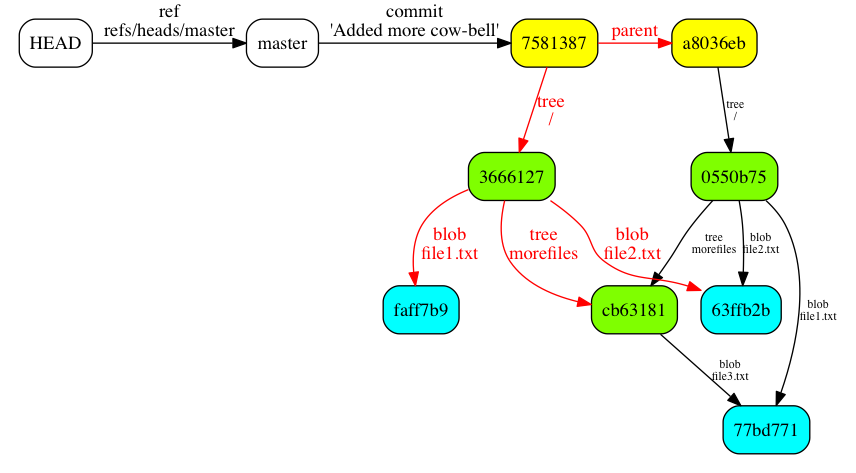
The Graphviz diagram src/images/dag02.png in jdigger/git-fundimentals-preso, before a commit. Its source is kept beside it as src/viz/dag02.dot.
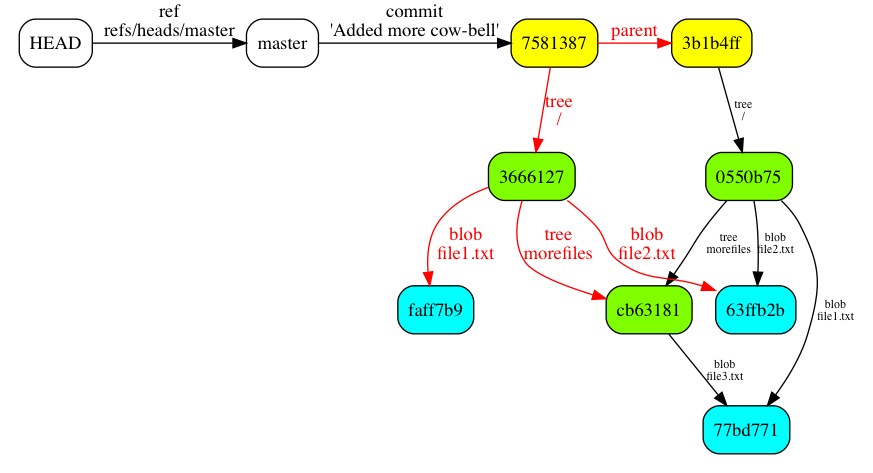
After the commit.

Change to the diagram source:
```diff
@@ -15,7 +15,7 @@
     subgraph /* Commits */ {
         node [fillcolor=yellow];
         rank=same;
-        "a8036eb";
+        "3b1b4ff";
         "7581387";
     }
     subgraph /* Trees */ {
@@ -34,7 +34,7 @@
     master -> "7581387" [label=<commit<BR/>'Added more cow-bell'> constraint=false];
     subgraph /* "old" edges */ {
         edge [fontsize="9"];
-        "a8036eb" -> "0550b75" [label=<tree<BR/>/>];
+        "3b1b4ff" -> "0550b75" [label=<tree<BR/>/>];
         "0550b75" -> "77bd771" [label=<blob<BR/>file1.txt>];
         "0550b75" -> "cb63181" [label=<tree<BR/>morefiles>];
         "0550b75" -> "63ffb2b" [label=<blob<BR/>file2.txt>];
@@ -42,7 +42,7 @@
     }
     subgraph /* "new" edges */ {
         edge [color="red", fontcolor="red"];
-        "7581387" -> "a8036eb" [label=<parent>];
+        "7581387" -> "3b1b4ff" [label=<parent>];
         "7581387" -> "3666127" [label=<tree<BR/>/>];
         "3666127" -> "cb63181" [label=<tree<BR/>morefiles>];
         "3666127" -> "faff7b9" [label=<blob<BR/>file1.txt>];
```
